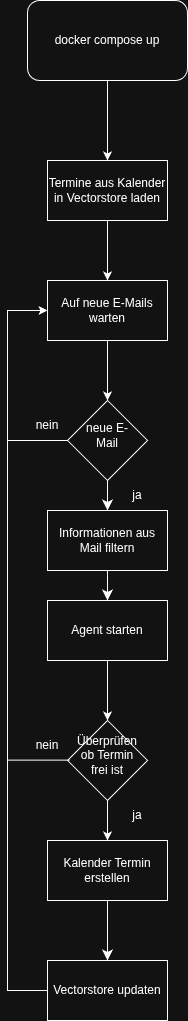
Before: images/Ablaufdiagramm.drawio.png, a diagram exported from draw.io (Marcey1611/KI-getriebene-Softwareentwicklung-AI-Agent). Source tidied: cells renumbered, new cells last; positions are measured from the earlier drawing's top-left corner, leaving out a move shared by most shapes.
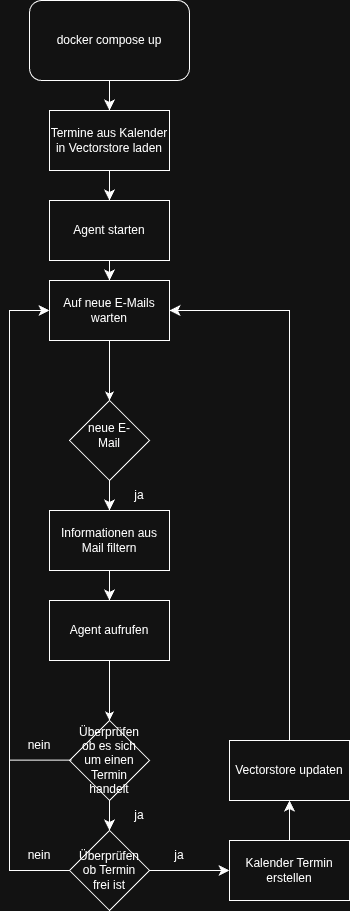
Later version of the same file.

What changed in the source:
```diff
@@ -2,14 +2,14 @@
   <root>
     <mxCell id="0" />
     <mxCell id="1" parent="0" />
-    <mxCell id="2" style="edgeStyle=orthogonalEdgeStyle;rounded=0;jettySize=auto;html=1;entryX=0.5;entryY=0;entryDx=0;entryDy=0;" parent="1" edge="1" source="3" target="6">
+    <mxCell id="2" style="edgeStyle=none;curved=1;rounded=0;jettySize=auto;html=1;fontSize=12;startSize=8;endSize=8;" parent="1" edge="1" source="3" target="6">
       <mxGeometry relative="1" as="geometry" />
     </mxCell>
     <mxCell id="3" value="docker compose up" style="rounded=1;whiteSpace=wrap;html=1;" parent="1" vertex="1">
       <mxGeometry x="20" width="160" height="80" as="geometry" />
     </mxCell>
     <mxCell id="4" style="group;" parent="1" vertex="1">
-      <mxGeometry x="40" y="160" width="120" height="60" as="geometry" />
+      <mxGeometry x="40" y="110" width="120" height="60" as="geometry" />
     </mxCell>
     <mxCell id="5" style="rounded=0;whiteSpace=wrap;html=1;" parent="4" vertex="1">
       <mxGeometry width="120" height="60" as="geometry" />
@@ -32,7 +32,7 @@
     <mxCell id="11" style="rounded=0;whiteSpace=wrap;html=1;" parent="10" vertex="1">
       <mxGeometry width="120" height="60" as="geometry" />
     </mxCell>
-    <mxCell id="12" value="Agent starten" style="text;html=1;align=center;verticalAlign=middle;whiteSpace=wrap;rounded=0;" parent="10" vertex="1">
+    <mxCell id="12" value="Agent aufrufen" style="text;html=1;align=center;verticalAlign=middle;whiteSpace=wrap;rounded=0;" parent="10" vertex="1">
       <mxGeometry width="120" height="60" as="geometry" />
     </mxCell>
     <mxCell id="13" style="group;" parent="1" vertex="1">
@@ -50,11 +50,11 @@
     <mxCell id="17" style="rhombus;whiteSpace=wrap;html=1;" parent="16" vertex="1">
       <mxGeometry width="80" height="80" as="geometry" />
     </mxCell>
-    <mxCell id="18" value="Überprüfen ob Termin frei ist" style="text;html=1;align=center;verticalAlign=middle;whiteSpace=wrap;rounded=0;" parent="16" vertex="1">
-      <mxGeometry x="10" y="20" width="60" height="30" as="geometry" />
+    <mxCell id="18" value="Überprüfen ob es sich um einen Termin handelt" style="text;html=1;align=center;verticalAlign=middle;whiteSpace=wrap;rounded=0;" parent="16" vertex="1">
+      <mxGeometry x="10" y="25" width="60" height="30" as="geometry" />
     </mxCell>
     <mxCell id="19" style="group;" parent="1" vertex="1">
-      <mxGeometry x="40" y="840" width="120" height="60" as="geometry" />
+      <mxGeometry x="220" y="840" width="120" height="60" as="geometry" />
     </mxCell>
     <mxCell id="20" style="rounded=0;whiteSpace=wrap;html=1;" parent="19" vertex="1">
       <mxGeometry width="120" height="60" as="geometry" />
@@ -62,32 +62,15 @@
     <mxCell id="21" value="Kalender Termin erstellen" style="text;html=1;align=center;verticalAlign=middle;whiteSpace=wrap;rounded=0;" parent="19" vertex="1">
       <mxGeometry width="120" height="60" as="geometry" />
     </mxCell>
-    <mxCell id="22" style="edgeStyle=orthogonalEdgeStyle;rounded=0;jettySize=auto;html=1;entryX=0.5;entryY=0;entryDx=0;entryDy=0;" parent="1" edge="1" source="6" target="9">
-      <mxGeometry relative="1" as="geometry" />
-    </mxCell>
     <mxCell id="23" style="edgeStyle=orthogonalEdgeStyle;rounded=0;jettySize=auto;html=1;entryX=0.5;entryY=0;entryDx=0;entryDy=0;" parent="1" edge="1" source="9" target="14">
       <mxGeometry relative="1" as="geometry" />
     </mxCell>
-    <mxCell id="24" style="edgeStyle=orthogonalEdgeStyle;rounded=0;jettySize=auto;html=1;entryX=0;entryY=0.5;entryDx=0;entryDy=0;" parent="1" edge="1" source="14" target="9">
-      <mxGeometry relative="1" as="geometry">
-        <Array as="points">
-          <mxPoint y="440" />
-          <mxPoint y="310" />
-        </Array>
-      </mxGeometry>
-    </mxCell>
-    <mxCell id="25" value="nein" style="text;html=1;align=center;verticalAlign=middle;whiteSpace=wrap;rounded=0;" parent="1" vertex="1">
-      <mxGeometry x="10" y="410" width="60" height="30" as="geometry" />
-    </mxCell>
     <mxCell id="26" value="ja" style="text;html=1;align=center;verticalAlign=middle;whiteSpace=wrap;rounded=0;" parent="1" vertex="1">
       <mxGeometry x="100" y="480" width="60" height="30" as="geometry" />
     </mxCell>
     <mxCell id="27" style="edgeStyle=orthogonalEdgeStyle;rounded=0;jettySize=auto;html=1;entryX=0.5;entryY=0;entryDx=0;entryDy=0;" parent="1" edge="1" source="12" target="17">
       <mxGeometry relative="1" as="geometry" />
     </mxCell>
-    <mxCell id="28" style="edgeStyle=orthogonalEdgeStyle;rounded=0;jettySize=auto;html=1;" parent="1" edge="1" source="17" target="21">
-      <mxGeometry relative="1" as="geometry" />
-    </mxCell>
     <mxCell id="29" style="edgeStyle=orthogonalEdgeStyle;rounded=0;jettySize=auto;html=1;entryX=0;entryY=0.5;entryDx=0;entryDy=0;exitX=0.027;exitY=0.495;exitDx=0;exitDy=0;exitPerimeter=0;" parent="1" edge="1" source="17" target="9">
       <mxGeometry relative="1" as="geometry">
         <Array as="points">
@@ -97,7 +80,7 @@
       </mxGeometry>
     </mxCell>
     <mxCell id="30" value="nein" style="text;html=1;align=center;verticalAlign=middle;whiteSpace=wrap;rounded=0;" parent="1" vertex="1">
-      <mxGeometry x="10" y="730" width="60" height="30" as="geometry" />
+      <mxGeometry y="730" width="60" height="30" as="geometry" />
     </mxCell>
     <mxCell id="31" value="ja" style="text;html=1;align=center;verticalAlign=middle;whiteSpace=wrap;rounded=0;" parent="1" vertex="1">
       <mxGeometry x="100" y="800" width="60" height="30" as="geometry" />
@@ -118,7 +101,7 @@
       <mxGeometry relative="1" as="geometry" />
     </mxCell>
     <mxCell id="37" style="group;" parent="1" vertex="1">
-      <mxGeometry x="40" y="960" width="120" height="60" as="geometry" />
+      <mxGeometry x="220" y="740" width="120" height="60" as="geometry" />
     </mxCell>
     <mxCell id="38" style="rounded=0;whiteSpace=wrap;html=1;" parent="37" vertex="1">
       <mxGeometry width="120" height="60" as="geometry" />
@@ -126,14 +109,57 @@
     <mxCell id="39" value="Vectorstore updaten" style="text;html=1;align=center;verticalAlign=middle;whiteSpace=wrap;rounded=0;" parent="37" vertex="1">
       <mxGeometry width="120" height="60" as="geometry" />
     </mxCell>
+    <mxCell id="42" style="group;" parent="1" vertex="1">
+      <mxGeometry x="60" y="830" width="80" height="80" as="geometry" />
+    </mxCell>
+    <mxCell id="43" style="rhombus;whiteSpace=wrap;html=1;" parent="42" vertex="1">
+      <mxGeometry width="80" height="80" as="geometry" />
+    </mxCell>
+    <mxCell id="44" value="Überprüfen ob Termin frei ist" style="text;html=1;align=center;verticalAlign=middle;whiteSpace=wrap;rounded=0;" parent="42" vertex="1">
+      <mxGeometry x="10" y="25" width="60" height="30" as="geometry" />
+    </mxCell>
+    <mxCell id="45" style="edgeStyle=none;curved=1;rounded=0;jettySize=auto;html=1;entryX=0.5;entryY=0;entryDx=0;entryDy=0;fontSize=12;startSize=8;endSize=8;" parent="1" edge="1" source="17" target="43">
+      <mxGeometry relative="1" as="geometry" />
+    </mxCell>
+    <mxCell id="46" style="edgeStyle=orthogonalEdgeStyle;rounded=0;jettySize=auto;html=1;entryX=0;entryY=0.5;entryDx=0;entryDy=0;fontSize=12;startSize=8;endSize=8;exitX=1;exitY=1;exitDx=0;exitDy=0;" parent="1" edge="1" source="25" target="9">
+      <mxGeometry relative="1" as="geometry">
+        <Array as="points">
+          <mxPoint y="870" />
+          <mxPoint y="310" />
+        </Array>
+      </mxGeometry>
+    </mxCell>
+    <mxCell id="47" value="ja" style="text;html=1;align=center;verticalAlign=middle;whiteSpace=wrap;rounded=0;" parent="1" vertex="1">
+      <mxGeometry x="140" y="840" width="60" height="30" as="geometry" />
+    </mxCell>
+    <mxCell id="25" value="nein" style="text;html=1;align=center;verticalAlign=middle;whiteSpace=wrap;rounded=0;" parent="1" vertex="1">
+      <mxGeometry y="840" width="60" height="30" as="geometry" />
+    </mxCell>
+    <mxCell id="48" style="edgeStyle=none;curved=1;rounded=0;jettySize=auto;html=1;entryX=0;entryY=0.5;entryDx=0;entryDy=0;fontSize=12;startSize=8;endSize=8;" parent="1" edge="1" source="43" target="21">
+      <mxGeometry relative="1" as="geometry" />
+    </mxCell>
-    <mxCell id="40" style="edgeStyle=none;curved=1;rounded=0;jettySize=auto;html=1;fontSize=12;startSize=8;endSize=8;" parent="1" edge="1" source="21" target="39">
+    <mxCell id="40" style="edgeStyle=none;curved=1;rounded=0;jettySize=auto;html=1;entryX=0.5;entryY=1;entryDx=0;entryDy=0;fontSize=12;startSize=8;endSize=8;" parent="1" edge="1" source="21" target="39">
       <mxGeometry relative="1" as="geometry" />
     </mxCell>
+    <mxCell id="49" style="group;" parent="1" vertex="1">
+      <mxGeometry x="40" y="200" width="120" height="60" as="geometry" />
+    </mxCell>
+    <mxCell id="50" style="rounded=0;whiteSpace=wrap;html=1;" parent="49" vertex="1">
+      <mxGeometry width="120" height="60" as="geometry" />
+    </mxCell>
+    <mxCell id="51" value="Agent starten" style="text;html=1;align=center;verticalAlign=middle;whiteSpace=wrap;rounded=0;" parent="49" vertex="1">
+      <mxGeometry width="120" height="60" as="geometry" />
+    </mxCell>
+    <mxCell id="52" style="edgeStyle=none;curved=1;rounded=0;jettySize=auto;html=1;fontSize=12;startSize=8;endSize=8;" parent="1" edge="1" source="6" target="51">
+      <mxGeometry relative="1" as="geometry" />
+    </mxCell>
+    <mxCell id="53" style="edgeStyle=none;curved=1;rounded=0;jettySize=auto;html=1;fontSize=12;startSize=8;endSize=8;" parent="1" edge="1" source="51" target="9">
+      <mxGeometry relative="1" as="geometry" />
+    </mxCell>
-    <mxCell id="41" style="edgeStyle=orthogonalEdgeStyle;rounded=0;jettySize=auto;html=1;exitX=0;exitY=0.5;exitDx=0;exitDy=0;entryX=0;entryY=0.5;entryDx=0;entryDy=0;" parent="1" edge="1" source="39" target="9">
+    <mxCell id="41" style="edgeStyle=orthogonalEdgeStyle;rounded=0;jettySize=auto;html=1;entryX=1;entryY=0.5;entryDx=0;entryDy=0;fontSize=12;startSize=8;endSize=8;" parent="1" edge="1" source="39" target="9">
       <mxGeometry relative="1" as="geometry">
         <Array as="points">
-          <mxPoint y="990" />
-          <mxPoint y="310" />
+          <mxPoint x="280" y="310" />
         </Array>
       </mxGeometry>
     </mxCell>
```
